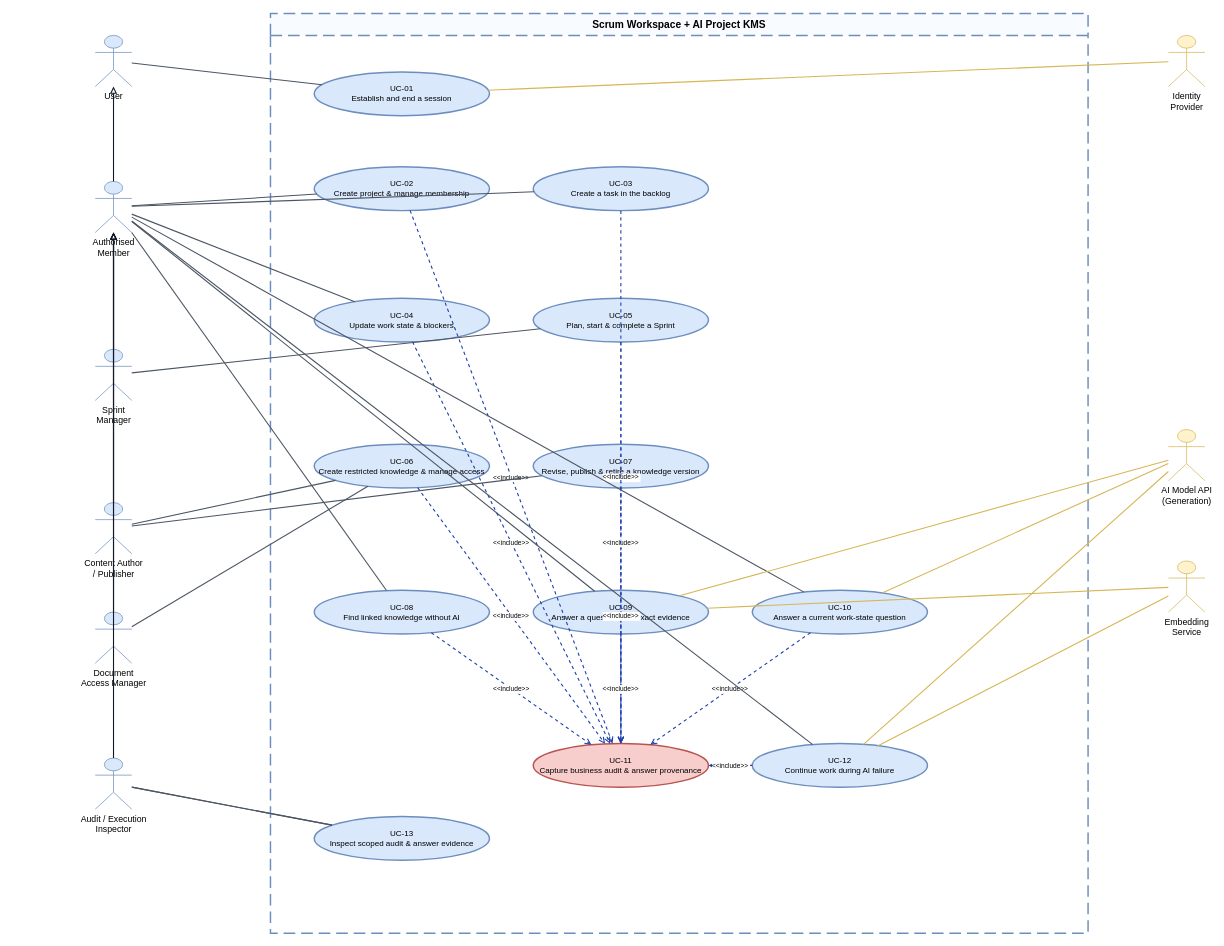
The draw.io diagram docs/sdlc/diagrams/use-case/use-case-diagram.drawio in 900M100CK/scrum-workspace-KMS-ai, before the edit. Source tidied: cells renumbered, new cells numbered last; positions are measured from the earlier drawing's top-left corner, leaving out a move shared by most shapes. Both pictures are drawn from the tidied source at 73%, with x=0, y=0 at pixel (95, 13).
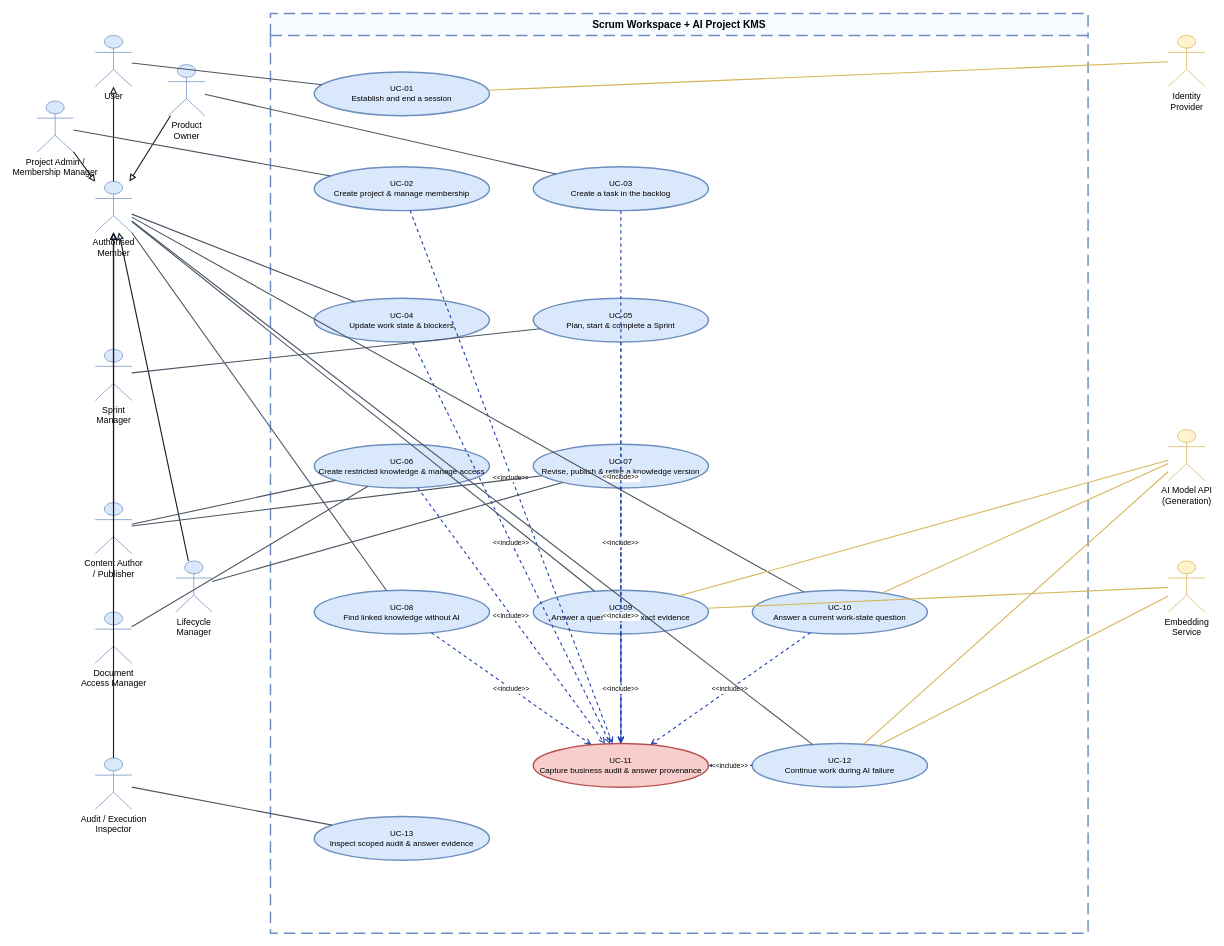
Above is the later version.

Commit message (it also covers changes not shown here):
docs(sdlc): align use cases, diagram actors, and exception test matrix

Unchanged cells that the change refers to:
```xml
<mxCell id="4" value="UC-02&#10;Create project &amp; manage membership" style="ellipse;whiteSpace=wrap;html=1;fillColor=#dae8fc;strokeColor=#6c8ebf;strokeWidth=2;fontSize=11;" parent="2" vertex="1">
  <mxGeometry x="60" y="210" width="240" height="60" as="geometry" />
</mxCell>
<mxCell id="5" value="UC-03&#10;Create a task in the backlog" style="ellipse;whiteSpace=wrap;html=1;fillColor=#dae8fc;strokeColor=#6c8ebf;strokeWidth=2;fontSize=11;" parent="2" vertex="1">
  <mxGeometry x="360" y="210" width="240" height="60" as="geometry" />
</mxCell>
<mxCell id="9" value="UC-07&#10;Revise, publish &amp; retire a knowledge version" style="ellipse;whiteSpace=wrap;html=1;fillColor=#dae8fc;strokeColor=#6c8ebf;strokeWidth=2;fontSize=11;" parent="2" vertex="1">
  <mxGeometry x="360" y="590" width="240" height="60" as="geometry" />
</mxCell>
<mxCell id="15" value="UC-13&#10;Inspect scoped audit &amp; answer evidence" style="ellipse;whiteSpace=wrap;html=1;fillColor=#dae8fc;strokeColor=#6c8ebf;strokeWidth=2;fontSize=11;" parent="2" vertex="1">
  <mxGeometry x="60" y="1100" width="240" height="60" as="geometry" />
</mxCell>
<mxCell id="27" value="Authorised&#10;Member" style="shape=umlActor;verticalLabelPosition=bottom;verticalAlign=top;html=1;outlineConnect=0;fillColor=#dae8fc;strokeColor=#6c8ebf;" parent="1" vertex="1">
  <mxGeometry y="230" width="50" height="70" as="geometry" />
</mxCell>
<mxCell id="31" value="Audit / Execution&#10;Inspector" style="shape=umlActor;verticalLabelPosition=bottom;verticalAlign=top;html=1;outlineConnect=0;fillColor=#dae8fc;strokeColor=#6c8ebf;" parent="1" vertex="1">
  <mxGeometry y="1020" width="50" height="70" as="geometry" />
</mxCell>
```

Diff of the diagram source:
```diff
@@
+    <mxCell id="60" value="Project Admin /&#10;Membership Manager" style="shape=umlActor;verticalLabelPosition=bottom;verticalAlign=top;html=1;outlineConnect=0;fillColor=#dae8fc;strokeColor=#6c8ebf;" parent="1" vertex="1">
+      <mxGeometry x="-80" y="120" width="50" height="70" as="geometry" />
+    </mxCell>
+    <mxCell id="61" value="Product&#10;Owner" style="shape=umlActor;verticalLabelPosition=bottom;verticalAlign=top;html=1;outlineConnect=0;fillColor=#dae8fc;strokeColor=#6c8ebf;" parent="1" vertex="1">
+      <mxGeometry x="100" y="70" width="50" height="70" as="geometry" />
+    </mxCell>
+    <mxCell id="62" value="Lifecycle&#10;Manager" style="shape=umlActor;verticalLabelPosition=bottom;verticalAlign=top;html=1;outlineConnect=0;fillColor=#dae8fc;strokeColor=#6c8ebf;" parent="1" vertex="1">
+      <mxGeometry x="110" y="750" width="50" height="70" as="geometry" />
+    </mxCell>
@@
+    <mxCell id="63" style="endArrow=block;endFill=0;strokeColor=#111827;strokeWidth=1.5;" parent="1" edge="1" source="60" target="27">
+      <mxGeometry relative="1" as="geometry" />
+    </mxCell>
+    <mxCell id="64" style="endArrow=block;endFill=0;strokeColor=#111827;strokeWidth=1.5;" parent="1" edge="1" source="61" target="27">
+      <mxGeometry relative="1" as="geometry" />
+    </mxCell>
+    <mxCell id="65" style="endArrow=block;endFill=0;strokeColor=#111827;strokeWidth=1.5;" parent="1" edge="1" source="62" target="27">
+      <mxGeometry relative="1" as="geometry" />
+    </mxCell>
+    <mxCell id="66" style="endArrow=none;strokeColor=#4b5563;strokeWidth=1.5;" parent="1" edge="1" source="60" target="4">
+      <mxGeometry relative="1" as="geometry" />
+    </mxCell>
+    <mxCell id="67" style="endArrow=none;strokeColor=#4b5563;strokeWidth=1.5;" parent="1" edge="1" source="61" target="5">
+      <mxGeometry relative="1" as="geometry" />
+    </mxCell>
+    <mxCell id="68" style="endArrow=none;strokeColor=#4b5563;strokeWidth=1.5;" parent="1" edge="1" source="62" target="9">
+      <mxGeometry relative="1" as="geometry" />
+    </mxCell>
@@
-    <mxCell id="41" style="endArrow=none;strokeColor=#4b5563;strokeWidth=1.5;" parent="1" edge="1" source="27" target="4">
-      <mxGeometry relative="1" as="geometry" />
-    </mxCell>
-    <mxCell id="42" style="endArrow=none;strokeColor=#4b5563;strokeWidth=1.5;" parent="1" edge="1" source="27" target="5">
-      <mxGeometry relative="1" as="geometry" />
-    </mxCell>
@@
-    <mxCell id="59" style="endArrow=none;strokeColor=#4b5563;strokeWidth=1.5;" parent="1" edge="1" source="31" target="15">
-      <mxGeometry relative="1" as="geometry" />
-    </mxCell>
```
